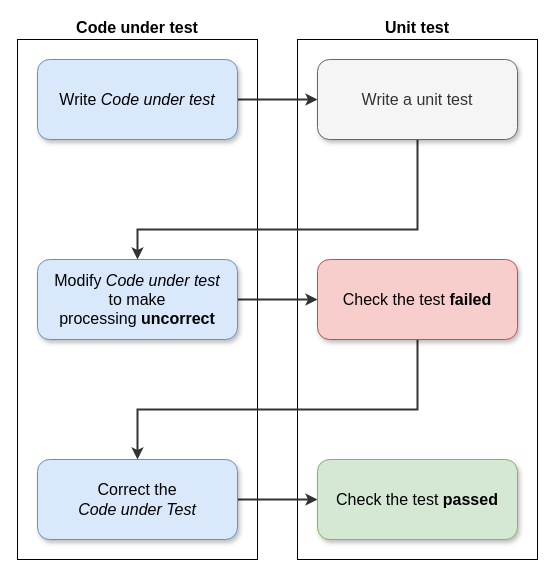
Earlier version of the draw.io diagram page "test lifecyle" (2 of 16) of pytest.drawio (Euclid-Python/Python-pytest). Source tidied: cells renumbered, new cells numbered last; positions are measured from the earlier drawing's top-left corner, leaving out a move shared by most shapes. Both pictures are drawn from the tidied source at 100%, with x=0, y=0 at pixel (17, 39).
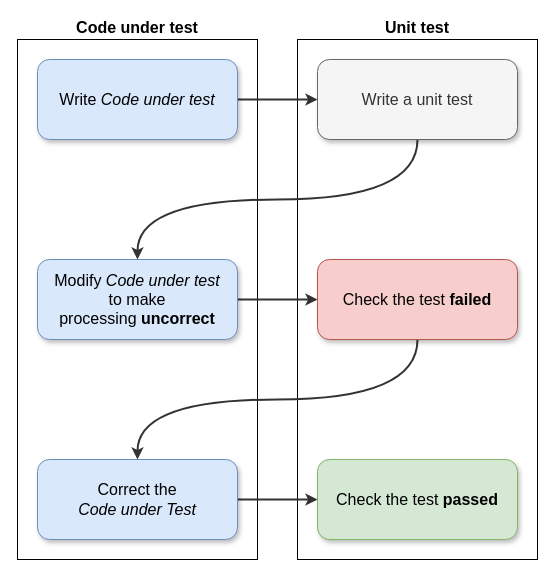
The same page after the edit.

What changed in the source:
```diff
@@
 <mxGraphModel>
   <root>
     <mxCell id="0" />
     <mxCell id="1" parent="0" />
     <mxCell id="2" value="Unit test" style="rounded=0;whiteSpace=wrap;html=1;shadow=0;fontSize=16;labelPosition=center;verticalLabelPosition=top;align=center;verticalAlign=bottom;fontStyle=1;" parent="1" vertex="1">
       <mxGeometry x="280" width="240" height="520" as="geometry" />
     </mxCell>
     <mxCell id="3" value="Code under test" style="rounded=0;whiteSpace=wrap;html=1;shadow=0;fontSize=16;labelPosition=center;verticalLabelPosition=top;align=center;verticalAlign=bottom;fontStyle=1;" parent="1" vertex="1">
       <mxGeometry width="240" height="520" as="geometry" />
     </mxCell>
-    <mxCell id="4" style="edgeStyle=orthogonalEdgeStyle;rounded=0;jettySize=auto;html=1;fontSize=16;strokeWidth=2;strokeColor=#333333;" parent="1" edge="1" source="5" target="9">
-      <mxGeometry relative="1" as="geometry">
-        <Array as="points">
-          <mxPoint x="400" y="190" />
-          <mxPoint x="120" y="190" />
-        </Array>
-      </mxGeometry>
+    <mxCell id="4" style="edgeStyle=orthogonalEdgeStyle;rounded=0;jettySize=auto;html=1;fontSize=16;strokeWidth=2;strokeColor=#333333;curved=1;exitX=0.5;exitY=1;exitDx=0;exitDy=0;" parent="1" edge="1" source="5" target="9">
+      <mxGeometry relative="1" as="geometry" />
     </mxCell>
     <mxCell id="5" value="Write a unit test" style="rounded=1;whiteSpace=wrap;html=1;shadow=1;fontSize=16;fillColor=#f5f5f5;strokeColor=#666666;fontColor=#333333;" parent="1" vertex="1">
       <mxGeometry x="300" y="20" width="200" height="80" as="geometry" />
     </mxCell>
     <mxCell id="6" style="edgeStyle=orthogonalEdgeStyle;rounded=0;jettySize=auto;html=1;fontSize=16;strokeWidth=2;strokeColor=#333333;" parent="1" edge="1" source="7" target="5">
       <mxGeometry relative="1" as="geometry" />
     </mxCell>
     <mxCell id="7" value="Write&amp;nbsp;&lt;i&gt;Code under test&lt;/i&gt;" style="rounded=1;whiteSpace=wrap;html=1;shadow=1;fontSize=16;fillColor=#dae8fc;strokeColor=#6c8ebf;" parent="1" vertex="1">
       <mxGeometry x="20" y="20" width="200" height="80" as="geometry" />
     </mxCell>
     <mxCell id="8" style="edgeStyle=orthogonalEdgeStyle;rounded=0;jettySize=auto;html=1;fontSize=16;strokeWidth=2;strokeColor=#333333;" parent="1" edge="1" source="9" target="11">
       <mxGeometry relative="1" as="geometry" />
     </mxCell>
     <mxCell id="9" value="Modify &lt;i&gt;Code under test&lt;/i&gt; &lt;br&gt;to make &lt;br&gt;processing &lt;b&gt;uncorrect&lt;/b&gt;" style="rounded=1;whiteSpace=wrap;html=1;shadow=1;fontSize=16;fillColor=#dae8fc;strokeColor=#6c8ebf;" parent="1" vertex="1">
       <mxGeometry x="20" y="220" width="200" height="80" as="geometry" />
     </mxCell>
-    <mxCell id="10" style="edgeStyle=orthogonalEdgeStyle;rounded=0;jettySize=auto;html=1;fontSize=16;strokeWidth=2;strokeColor=#333333;" parent="1" edge="1" source="11" target="13">
-      <mxGeometry relative="1" as="geometry">
-        <Array as="points">
-          <mxPoint x="400" y="370" />
-          <mxPoint x="120" y="370" />
-        </Array>
-      </mxGeometry>
+    <mxCell id="10" style="edgeStyle=orthogonalEdgeStyle;rounded=0;jettySize=auto;html=1;fontSize=16;strokeWidth=2;strokeColor=#333333;curved=1;exitX=0.5;exitY=1;exitDx=0;exitDy=0;" parent="1" edge="1" source="11" target="13">
+      <mxGeometry relative="1" as="geometry" />
     </mxCell>
     <mxCell id="11" value="Check the test &lt;b&gt;failed&lt;/b&gt;" style="rounded=1;whiteSpace=wrap;html=1;shadow=1;fontSize=16;fillColor=#f8cecc;strokeColor=#b85450;" parent="1" vertex="1">
       <mxGeometry x="300" y="220" width="200" height="80" as="geometry" />
     </mxCell>
     <mxCell id="12" style="edgeStyle=orthogonalEdgeStyle;rounded=0;jettySize=auto;html=1;fontSize=16;strokeWidth=2;strokeColor=#333333;" parent="1" edge="1" source="13" target="14">
       <mxGeometry relative="1" as="geometry" />
     </mxCell>
     <mxCell id="13" value="Correct the &lt;br&gt;&lt;i&gt;Code under Test&lt;/i&gt;" style="rounded=1;whiteSpace=wrap;html=1;shadow=1;fontSize=16;fillColor=#dae8fc;strokeColor=#6c8ebf;" parent="1" vertex="1">
       <mxGeometry x="20" y="420" width="200" height="80" as="geometry" />
     </mxCell>
     <mxCell id="14" value="Check the test &lt;b&gt;passed&lt;/b&gt;" style="rounded=1;whiteSpace=wrap;html=1;shadow=1;fontSize=16;fillColor=#d5e8d4;strokeColor=#82b366;" parent="1" vertex="1">
       <mxGeometry x="300" y="420" width="200" height="80" as="geometry" />
     </mxCell>
   </root>
 </mxGraphModel>
```
